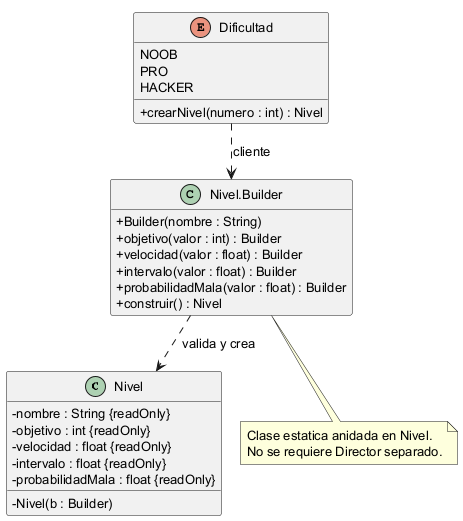
Earlier version of the PlantUML export informe/images/05-builder.png (maverick1006/Proyecto-Game-LLuvia-).
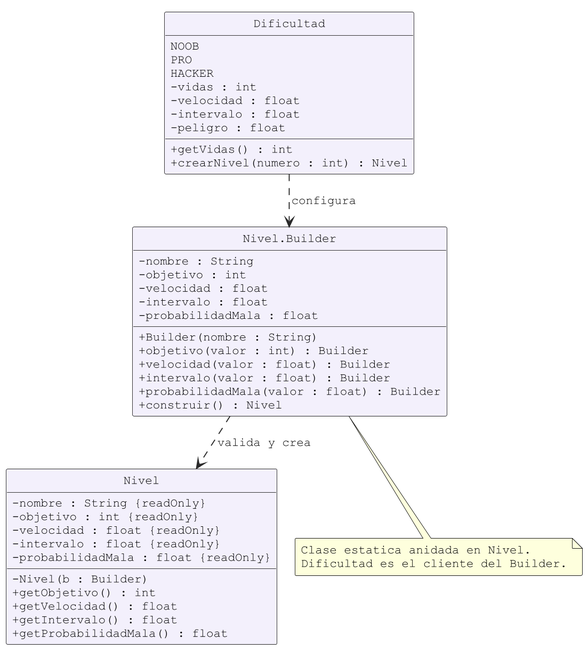
Above is the later version.

The edit, as a diff of the source:
```diff
@@ -3,9 +3,17 @@
 skinparam backgroundColor white
 skinparam shadowing false
 skinparam classAttributeIconSize 0
-skinparam defaultFontName SansSerif
-skinparam defaultFontSize 13
-hide empty members
+skinparam defaultFontName Courier New
+skinparam defaultFontSize 12
+skinparam dpi 180
+skinparam roundcorner 3
+skinparam ArrowColor #292929
+skinparam classBorderColor #292929
+skinparam classBackgroundColor #F3F0FC
+skinparam classBackgroundColor<<abstracta>> #FFFCEB
+skinparam classBackgroundColor<<interfaz>> #F0FAF0
+skinparam classBackgroundColor<<LibGDX>> #EAF3FB
+hide circle
 class Nivel {
  - nombre : String {readOnly}
  - objetivo : int {readOnly}
@@ -13,8 +21,17 @@
  - intervalo : float {readOnly}
  - probabilidadMala : float {readOnly}
  - Nivel(b : Builder)
+ + getObjetivo() : int
+ + getVelocidad() : float
+ + getIntervalo() : float
+ + getProbabilidadMala() : float
 }
 class "Nivel.Builder" as Builder {
+ - nombre : String
+ - objetivo : int
+ - velocidad : float
+ - intervalo : float
+ - probabilidadMala : float
  + Builder(nombre : String)
  + objetivo(valor : int) : Builder
  + velocidad(valor : float) : Builder
@@ -26,12 +43,18 @@
  NOOB
  PRO
  HACKER
+ - vidas : int
+ - velocidad : float
+ - intervalo : float
+ - peligro : float
+ + getVidas() : int
  + crearNivel(numero : int) : Nivel
 }
-Dificultad ..> Builder : cliente
+Dificultad ..> Builder : configura
 Builder ..> Nivel : valida y crea
 note bottom of Builder
 Clase estatica anidada en Nivel.
-No se requiere Director separado.
+Dificultad es el cliente del Builder.
 end note
+
 @enduml
```
